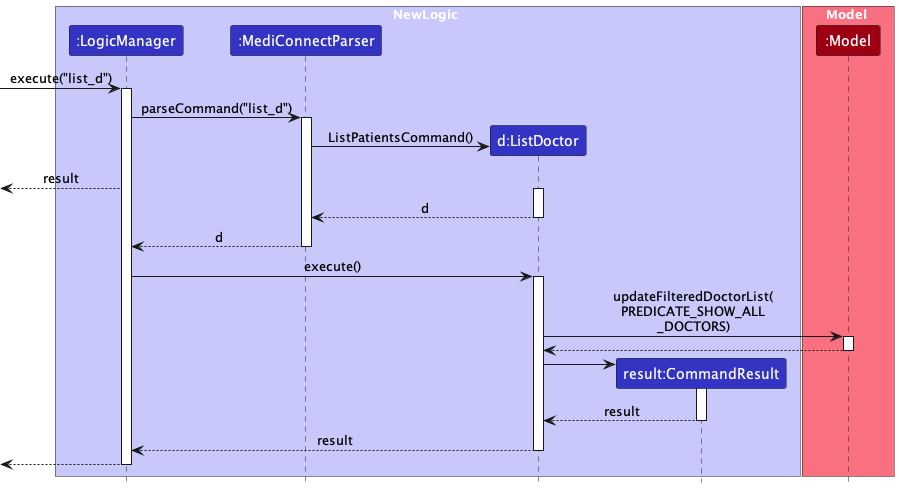
yanghengtang/tp keeps this PlantUML diagram as docs/images/ListDoctorSequence.png. Above is the earlier version. The source it was exported from:
```plantuml
@startuml
!include style.puml
skinparam ArrowFontStyle plain

box NewLogic LOGIC_COLOR_T1
participant ":LogicManager" as LogicManager LOGIC_COLOR
participant ":MediConnectParser" as MediConnectParser LOGIC_COLOR
participant "d:ListDoctor" as ListDoctor LOGIC_COLOR
participant "result:CommandResult" as CommandResult LOGIC_COLOR
end box

box Model MODEL_COLOR_T1
participant ":Model" as Model MODEL_COLOR
end box

[-> LogicManager : execute("list_d")
activate LogicManager

LogicManager -> MediConnectParser : parseCommand("list_d")
activate MediConnectParser

create ListDoctor

MediConnectParser -> ListDoctor : ListPatientsCommand()
[<--LogicManager : result
activate ListDoctor

ListDoctor --> MediConnectParser : d
deactivate ListDoctor

MediConnectParser --> LogicManager : d
deactivate MediConnectParser

LogicManager -> ListDoctor : execute()
activate ListDoctor

ListDoctor -> Model : updateFilteredDoctorList(\nPREDICATE_SHOW_ALL\n_DOCTORS)
activate Model

Model --> ListDoctor
deactivate Model

create CommandResult
ListDoctor -> CommandResult
activate CommandResult

CommandResult --> ListDoctor : result
deactivate CommandResult

ListDoctor --> LogicManager : result
deactivate ListDoctor

[<--LogicManager
deactivate LogicManager
@enduml
```
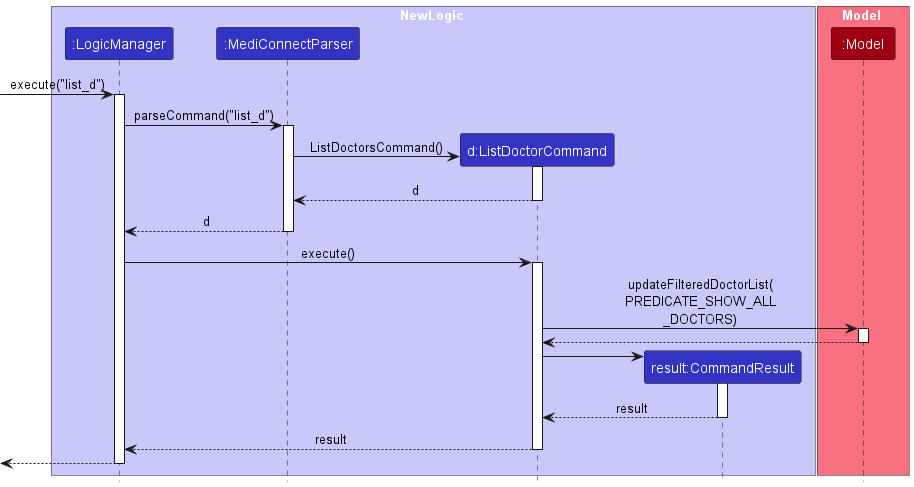
After the commit.

Commit message:
Update ListDoctorSequence Diagram

Change to the diagram source:
```diff
@@ -5,7 +5,7 @@
 box NewLogic LOGIC_COLOR_T1
 participant ":LogicManager" as LogicManager LOGIC_COLOR
 participant ":MediConnectParser" as MediConnectParser LOGIC_COLOR
-participant "d:ListDoctor" as ListDoctor LOGIC_COLOR
+participant "d:ListDoctorCommand" as ListDoctorCommand LOGIC_COLOR
 participant "result:CommandResult" as CommandResult LOGIC_COLOR
 end box
 
@@ -19,36 +19,35 @@
 LogicManager -> MediConnectParser : parseCommand("list_d")
 activate MediConnectParser
 
-create ListDoctor
+create ListDoctorCommand
 
-MediConnectParser -> ListDoctor : ListPatientsCommand()
-[<--LogicManager : result
-activate ListDoctor
+MediConnectParser -> ListDoctorCommand : ListDoctorsCommand()
+activate ListDoctorCommand
 
-ListDoctor --> MediConnectParser : d
-deactivate ListDoctor
+ListDoctorCommand --> MediConnectParser : d
+deactivate ListDoctorCommand
 
 MediConnectParser --> LogicManager : d
 deactivate MediConnectParser
 
-LogicManager -> ListDoctor : execute()
-activate ListDoctor
+LogicManager -> ListDoctorCommand : execute()
+activate ListDoctorCommand
 
-ListDoctor -> Model : updateFilteredDoctorList(\nPREDICATE_SHOW_ALL\n_DOCTORS)
+ListDoctorCommand -> Model : updateFilteredDoctorList(\nPREDICATE_SHOW_ALL\n_DOCTORS)
 activate Model
 
-Model --> ListDoctor
+Model --> ListDoctorCommand
 deactivate Model
 
 create CommandResult
-ListDoctor -> CommandResult
+ListDoctorCommand -> CommandResult
 activate CommandResult
 
-CommandResult --> ListDoctor : result
+CommandResult --> ListDoctorCommand : result
 deactivate CommandResult
 
-ListDoctor --> LogicManager : result
-deactivate ListDoctor
+ListDoctorCommand --> LogicManager : result
+deactivate ListDoctorCommand
 
 [<--LogicManager
 deactivate LogicManager
```
